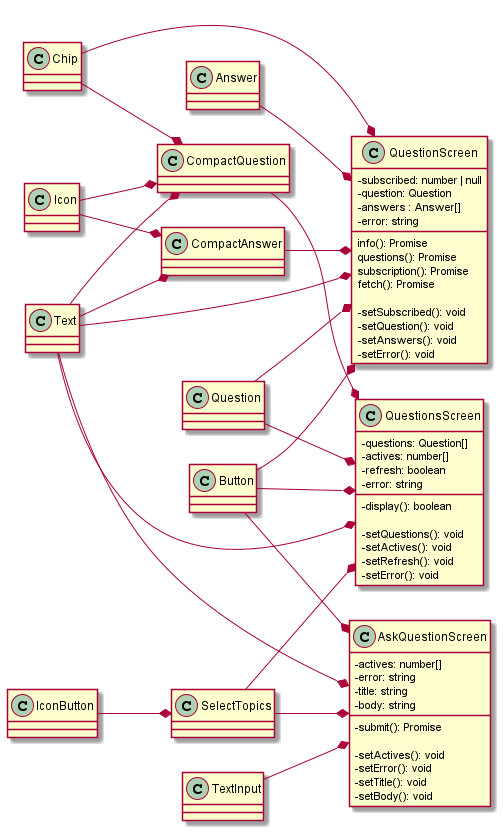
Above: Diagrams/Class_Diagrams/Frontend_Diagrams/Question.png in Singh-Kiran-P/StuNet (PlantUML), before the change.
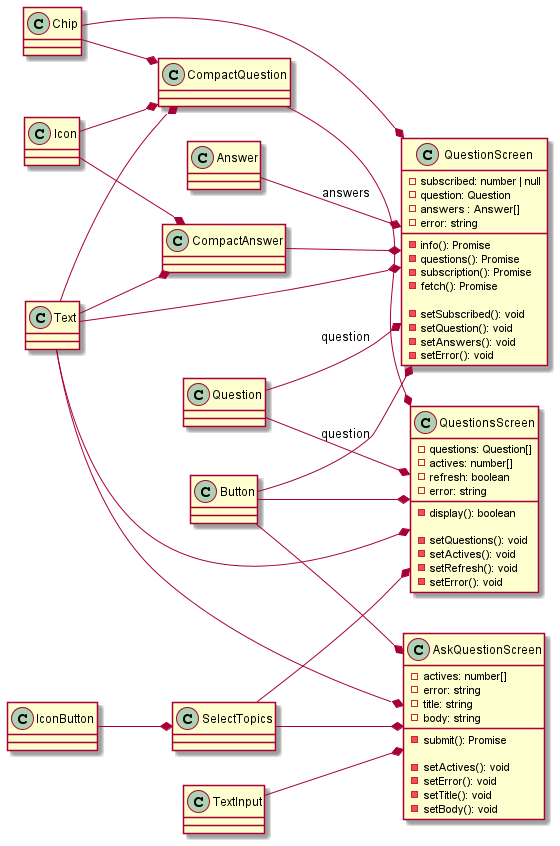
After the commit.

The edit, as a diff of the source:
```diff
@@ -1,5 +1,4 @@
 @startuml Question
-skinparam classAttributeIconSize 0
 left to right direction
 
 class Question
@@ -11,10 +10,10 @@
 	-answers : Answer[]
 	-error: string
 
-	info(): Promise
-	questions(): Promise
-	subscription(): Promise
-	fetch(): Promise
+	-info(): Promise
+	-questions(): Promise
+	-subscription(): Promise
+	-fetch(): Promise
 
 	-setSubscribed(): void
 	-setQuestion(): void
@@ -22,8 +21,8 @@
 	-setError(): void
 }
 
-Question --* QuestionScreen
-Answer --* QuestionScreen
+Question --* QuestionScreen: question
+Answer --* QuestionScreen: answers
 
 class QuestionsScreen {
 	-questions: Question[]
@@ -39,7 +38,7 @@
 	-setError(): void
 }
 
-Question --* QuestionsScreen
+Question --* QuestionsScreen: question
 
 class AskQuestionScreen {
 	-actives: number[]
```
